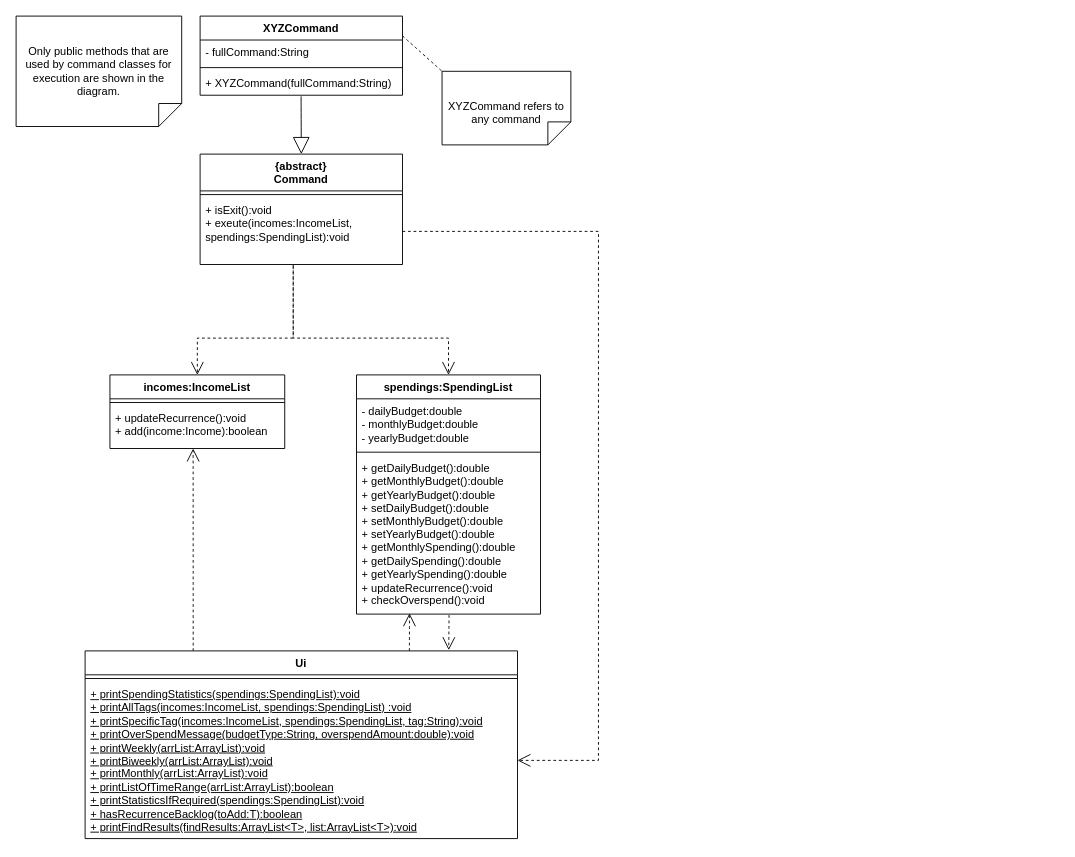
wongwh2002/CS2113TeamProject keeps this draw.io diagram as docs/Diagrams/Commands/commandCD.drawio. Above is the earlier version. Source tidied: cells renumbered, new cells numbered last; positions are measured from the earlier drawing's top-left corner, leaving out a move shared by most shapes. Both pictures are drawn from the tidied source at 92%, with x=0, y=0 at pixel (16, 16).
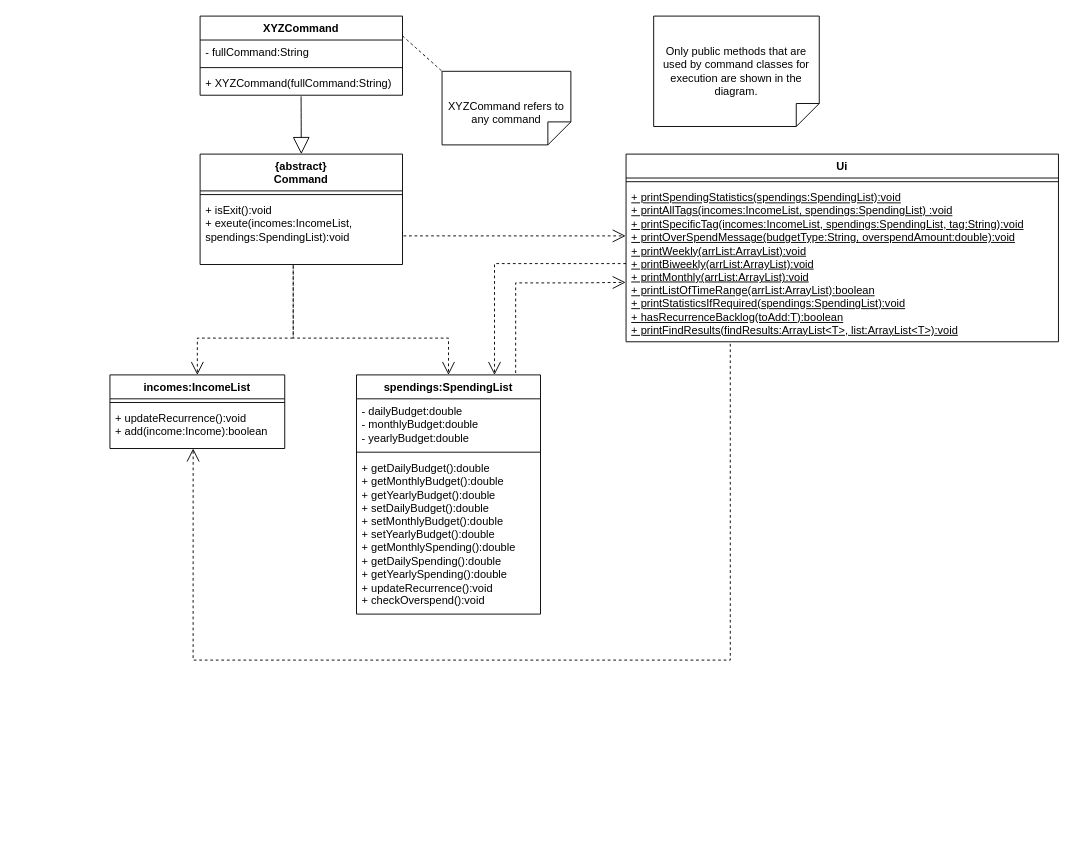
The same diagram, later.

The change refers to these unchanged cells:
```xml
<mxCell id="10" value="spendings:SpendingList" style="swimlane;fontStyle=1;align=center;verticalAlign=top;horizontal=1;startSize=26;whiteSpace=wrap;html=1;" parent="1" vertex="1">
  <mxGeometry x="370" y="390" width="200" height="260" as="geometry" />
</mxCell>
<mxCell id="13" value="+ getDailyBudget():double&lt;div&gt;+ getMonthlyBudget():double&lt;/div&gt;&lt;div&gt;+ getYearlyBudget():double&lt;/div&gt;&lt;div&gt;+ setDailyBudget():double&lt;/div&gt;&lt;div&gt;+ setMonthlyBudget():double&lt;/div&gt;&lt;div&gt;+ setYearlyBudget():double&lt;/div&gt;&lt;div&gt;+ getMonthlySpending():double&lt;/div&gt;&lt;div&gt;+ getDailySpending():double&lt;/div&gt;&lt;div&gt;+ getYearlySpending():double&lt;/div&gt;&lt;div&gt;+ updateRecurrence():void&lt;/div&gt;&lt;div&gt;+ checkOverspend():void&lt;/div&gt;" style="text;strokeColor=none;fillColor=none;align=left;verticalAlign=top;spacingLeft=4;spacingRight=4;overflow=hidden;points=[[0,0.5],[1,0.5]];portConstraint=eastwest;whiteSpace=wrap;html=1;" parent="10" vertex="1">
  <mxGeometry y="88" width="200" height="172" as="geometry" />
</mxCell>
<mxCell id="16" value="+ updateRecurrence():void&lt;div&gt;+ add(income:Income):boolean&lt;br&gt;&lt;div&gt;&lt;br&gt;&lt;/div&gt;&lt;/div&gt;" style="text;strokeColor=none;fillColor=none;align=left;verticalAlign=top;spacingLeft=4;spacingRight=4;overflow=hidden;points=[[0,0.5],[1,0.5]];portConstraint=eastwest;whiteSpace=wrap;html=1;" parent="14" vertex="1">
  <mxGeometry y="34" width="190" height="46" as="geometry" />
</mxCell>
<mxCell id="19" value="&lt;u&gt;+ printSpendingStatistics(spendings:SpendingList):void&lt;/u&gt;&lt;div&gt;&lt;u&gt;+ printAllTags(incomes:IncomeList, spendings:SpendingList) :void&lt;/u&gt;&lt;/div&gt;&lt;div&gt;&lt;u&gt;+ printSpecificTag(incomes:IncomeList, spendings:SpendingList, tag:String):void&lt;/u&gt;&lt;/div&gt;&lt;div&gt;&lt;u&gt;+ printOverSpendMessage(budgetType:String, overspendAmount:double):void&lt;/u&gt;&lt;/div&gt;&lt;div&gt;&lt;u&gt;+ printWeekly(arrList:ArrayList):void&lt;/u&gt;&lt;/div&gt;&lt;div&gt;&lt;u&gt;+ printBiweekly(arrList:ArrayList):void&lt;/u&gt;&lt;u&gt;&lt;br&gt;&lt;/u&gt;&lt;/div&gt;&lt;div&gt;&lt;u&gt;+ printMonthly(arrList:ArrayList):void&lt;/u&gt;&lt;u&gt;&lt;br&gt;&lt;/u&gt;&lt;/div&gt;&lt;div&gt;&lt;u&gt;+ printListOfTimeRange(arrList:ArrayList):boolean&lt;/u&gt;&lt;u&gt;&lt;br&gt;&lt;/u&gt;&lt;/div&gt;&lt;div&gt;&lt;u&gt;+ printStatisticsIfRequired(spendings:SpendingList):void&lt;/u&gt;&lt;/div&gt;&lt;div&gt;&lt;u&gt;+ hasRecurrenceBacklog(toAdd:T):boolean&lt;/u&gt;&lt;/div&gt;&lt;div&gt;&lt;u&gt;+ printFindResults(findResults:ArrayList&amp;lt;T&amp;gt;, list:ArrayList&amp;lt;T&amp;gt;):void&lt;/u&gt;&lt;/div&gt;" style="text;strokeColor=none;fillColor=none;align=left;verticalAlign=top;spacingLeft=4;spacingRight=4;overflow=hidden;points=[[0,0.5],[1,0.5]];portConstraint=eastwest;whiteSpace=wrap;html=1;" parent="17" vertex="1">
  <mxGeometry y="34" width="470" height="170" as="geometry" />
</mxCell>
<mxCell id="22" value="+ isExit():void&lt;div&gt;+ exeute(incomes:IncomeList, spendings:SpendingList):void&lt;/div&gt;" style="text;strokeColor=none;fillColor=none;align=left;verticalAlign=top;spacingLeft=4;spacingRight=4;overflow=hidden;points=[[0,0.5],[1,0.5]];portConstraint=eastwest;whiteSpace=wrap;html=1;" parent="20" vertex="1">
  <mxGeometry y="48" width="220" height="72" as="geometry" />
</mxCell>
```

Change to the diagram source:
```diff
@@
     <mxCell id="17" value="Ui" style="swimlane;fontStyle=1;align=center;verticalAlign=top;horizontal=1;startSize=26;whiteSpace=wrap;html=1;" parent="1" vertex="1">
-      <mxGeometry x="75" y="690" width="470" height="204" as="geometry" />
+      <mxGeometry x="663" y="150" width="470" height="204" as="geometry" />
     </mxCell>
@@
     <mxCell id="24" value="Only public methods that are used by command classes for execution are shown in the diagram." style="shape=note2;boundedLbl=1;whiteSpace=wrap;html=1;size=25;verticalAlign=top;align=center;flipV=1;" parent="1" vertex="1">
-      <mxGeometry width="180" height="120" as="geometry" />
+      <mxGeometry x="693" width="180" height="120" as="geometry" />
     </mxCell>
-    <mxCell id="25" style="endArrow=open;endSize=12;dashed=1;html=1;rounded=0;fontSize=12;curved=1;entryX=0.476;entryY=1.001;entryDx=0;entryDy=0;entryPerimeter=0;exitX=0.25;exitY=0;exitDx=0;exitDy=0;" parent="1" edge="1" source="17" target="16">
-      <mxGeometry relative="1" as="geometry" />
+    <mxCell id="25" style="endArrow=open;endSize=12;dashed=1;html=1;rounded=0;fontSize=12;entryX=0.476;entryY=1.001;entryDx=0;entryDy=0;entryPerimeter=0;exitX=0.241;exitY=1.013;exitDx=0;exitDy=0;exitPerimeter=0;edgeStyle=orthogonalEdgeStyle;" parent="1" edge="1" source="19" target="16">
+      <mxGeometry relative="1" as="geometry">
+        <Array as="points">
+          <mxPoint x="776" y="700" />
+          <mxPoint x="192" y="700" />
+        </Array>
+      </mxGeometry>
     </mxCell>
-    <mxCell id="26" style="endArrow=open;endSize=12;dashed=1;html=1;rounded=0;fontSize=12;curved=1;exitX=0.75;exitY=0;exitDx=0;exitDy=0;entryX=0.288;entryY=0.995;entryDx=0;entryDy=0;entryPerimeter=0;" parent="1" edge="1" source="17" target="13">
+    <mxCell id="26" style="endArrow=open;endSize=12;dashed=1;html=1;rounded=0;fontSize=12;exitX=0;exitY=0.5;exitDx=0;exitDy=0;entryX=0.75;entryY=0;entryDx=0;entryDy=0;edgeStyle=orthogonalEdgeStyle;" parent="1" edge="1" source="19" target="10">
       <mxGeometry relative="1" as="geometry" />
     </mxCell>
-    <mxCell id="27" style="endArrow=open;endSize=12;dashed=1;html=1;rounded=0;fontSize=12;curved=1;exitX=0.503;exitY=1.006;exitDx=0;exitDy=0;exitPerimeter=0;entryX=0.841;entryY=-0.004;entryDx=0;entryDy=0;entryPerimeter=0;" parent="1" edge="1" source="13" target="17">
-      <mxGeometry relative="1" as="geometry" />
+    <mxCell id="27" style="endArrow=open;endSize=12;dashed=1;html=1;rounded=0;fontSize=12;edgeStyle=orthogonalEdgeStyle;entryX=-0.001;entryY=0.62;entryDx=0;entryDy=0;entryPerimeter=0;" parent="1" edge="1" target="19">
+      <mxGeometry relative="1" as="geometry">
+        <mxPoint x="543" y="388" as="sourcePoint" />
+        <Array as="points">
+          <mxPoint x="543" y="290" />
+          <mxPoint x="613" y="290" />
+        </Array>
+      </mxGeometry>
     </mxCell>
-    <mxCell id="28" style="endArrow=open;endSize=12;dashed=1;html=1;rounded=0;fontSize=12;exitX=1;exitY=0.5;exitDx=0;exitDy=0;edgeStyle=orthogonalEdgeStyle;entryX=1;entryY=0.5;entryDx=0;entryDy=0;" parent="1" edge="1" source="22" target="19">
+    <mxCell id="28" style="endArrow=open;endSize=12;dashed=1;html=1;rounded=0;fontSize=12;exitX=1;exitY=0.5;exitDx=0;exitDy=0;edgeStyle=orthogonalEdgeStyle;entryX=-0.001;entryY=0.323;entryDx=0;entryDy=0;entryPerimeter=0;" parent="1" edge="1" source="22" target="19">
       <mxGeometry relative="1" as="geometry">
         <Array as="points">
-          <mxPoint x="633" y="234" />
-          <mxPoint x="633" y="809" />
+          <mxPoint x="420" y="239" />
         </Array>
       </mxGeometry>
     </mxCell>
```
